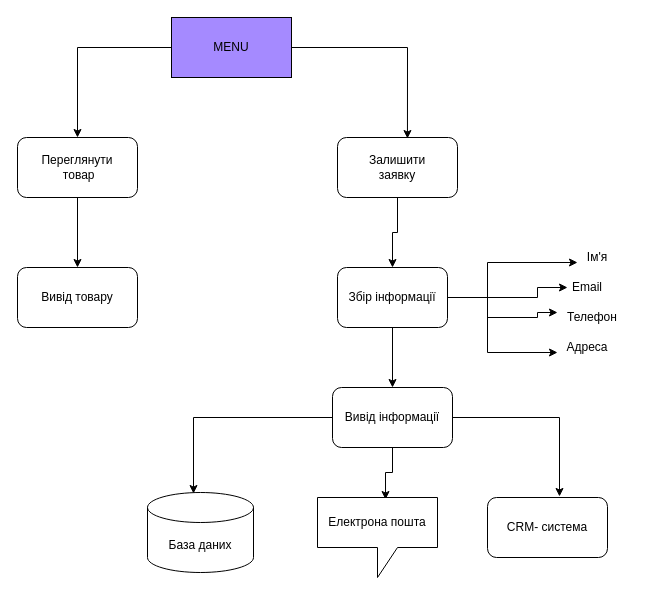
Above: chatbot2.drawio in MEvgen/test2 (draw.io), before the change. Source tidied: cells renumbered, new cells numbered last; positions are measured from the earlier drawing's top-left corner, leaving out a move shared by most shapes. Both pictures are drawn from the tidied source at 100%, with x=0, y=0 at pixel (17, 17).
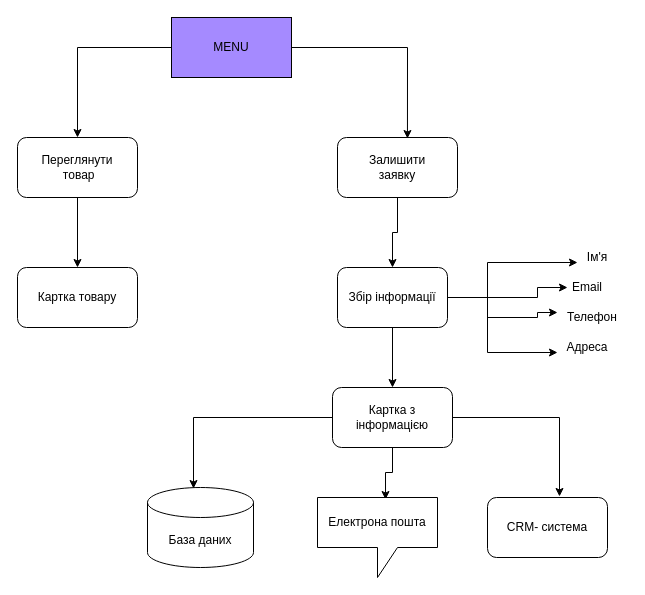
After the change.

Change to the diagram source:
```diff
@@
-    <mxCell id="9" value="Вивід товару" style="rounded=1;whiteSpace=wrap;html=1;" parent="1" vertex="1">
+    <mxCell id="9" value="Картка товару" style="rounded=1;whiteSpace=wrap;html=1;" parent="1" vertex="1">
       <mxGeometry y="250" width="120" height="60" as="geometry" />
     </mxCell>
@@
-    <mxCell id="23" value="Вивід інформації" style="rounded=1;whiteSpace=wrap;html=1;" parent="1" vertex="1">
+    <mxCell id="23" value="Картка з &lt;br&gt;інформацією" style="rounded=1;whiteSpace=wrap;html=1;" parent="1" vertex="1">
       <mxGeometry x="315" y="370" width="120" height="60" as="geometry" />
     </mxCell>
     <mxCell id="24" value="База даних" style="shape=cylinder3;whiteSpace=wrap;html=1;boundedLbl=1;backgroundOutline=1;size=15;" parent="1" vertex="1">
-      <mxGeometry x="130" y="475" width="106" height="80" as="geometry" />
+      <mxGeometry x="130" y="470" width="106" height="80" as="geometry" />
     </mxCell>
```
